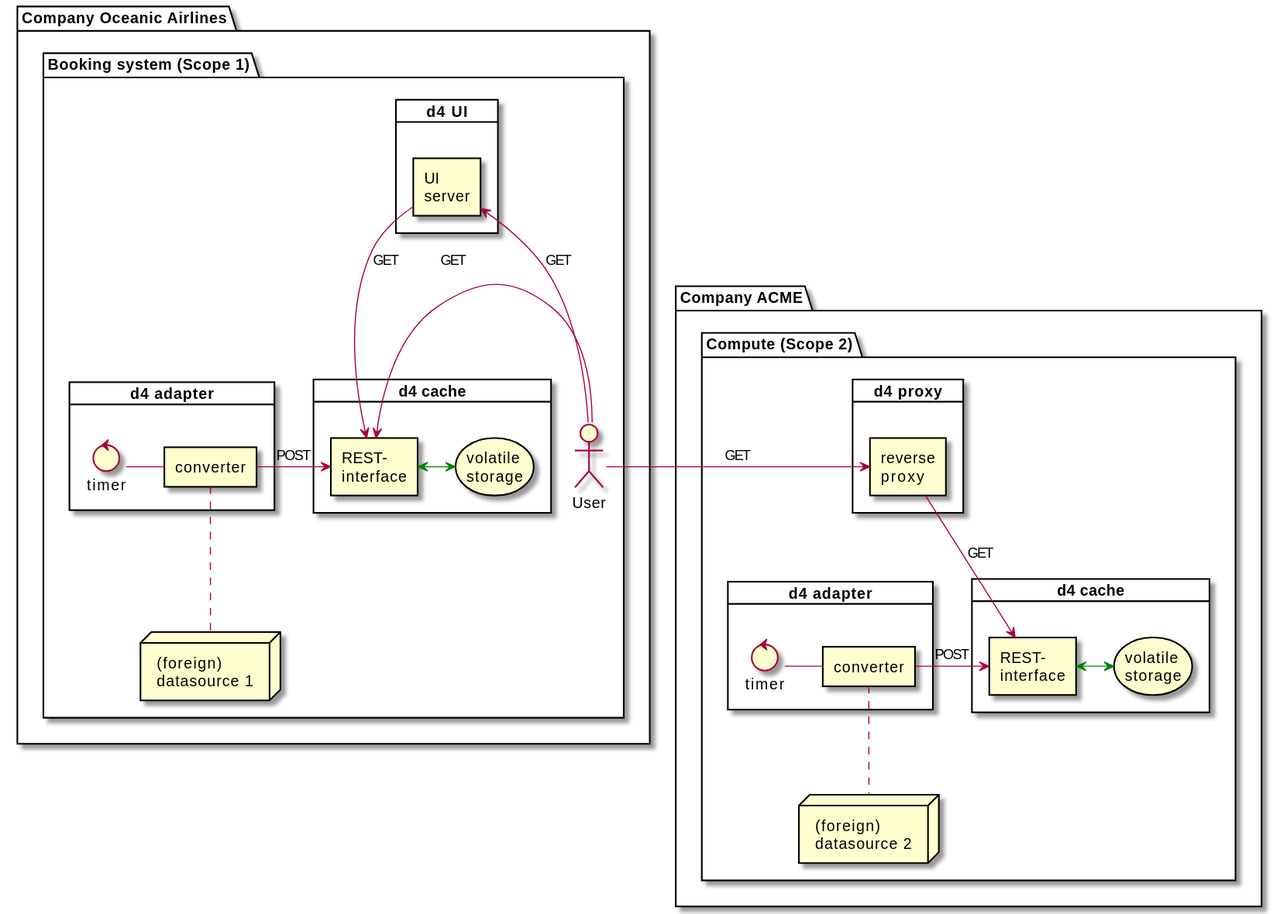
Earlier version of the PlantUML export docs/deployment/plantuml/pictures/compay_acme_oceanic01.svg (smart-energy-di/d4). Its diagram source:
```plantuml
@startuml
!include include/d4_inc_scope.puml


package co as "Company Oceanic Airlines" {
    $d4scope(co, scp1, "Booking system (Scope 1)", $show_ds1=true, $show_ds2=false, $show_ds3=false, $show_rproxy=false, $show_cache=true, $show_ui=true, $show_ui_user=true, $show_adpt=true)
}

package ca as "Company ACME" {
    $d4scope(ca, scp2, "Compute (Scope 2)", $show_ds1=false, $show_ds2=true, $show_ds3=false, $show_rproxy=true, $show_cache=true, $show_ui=false, $show_ui_user=false, $show_adpt=true)

}

co_scp1_d4_actor_ui -> ca_scp2_d4_prxy_conv : GET
@enduml
```
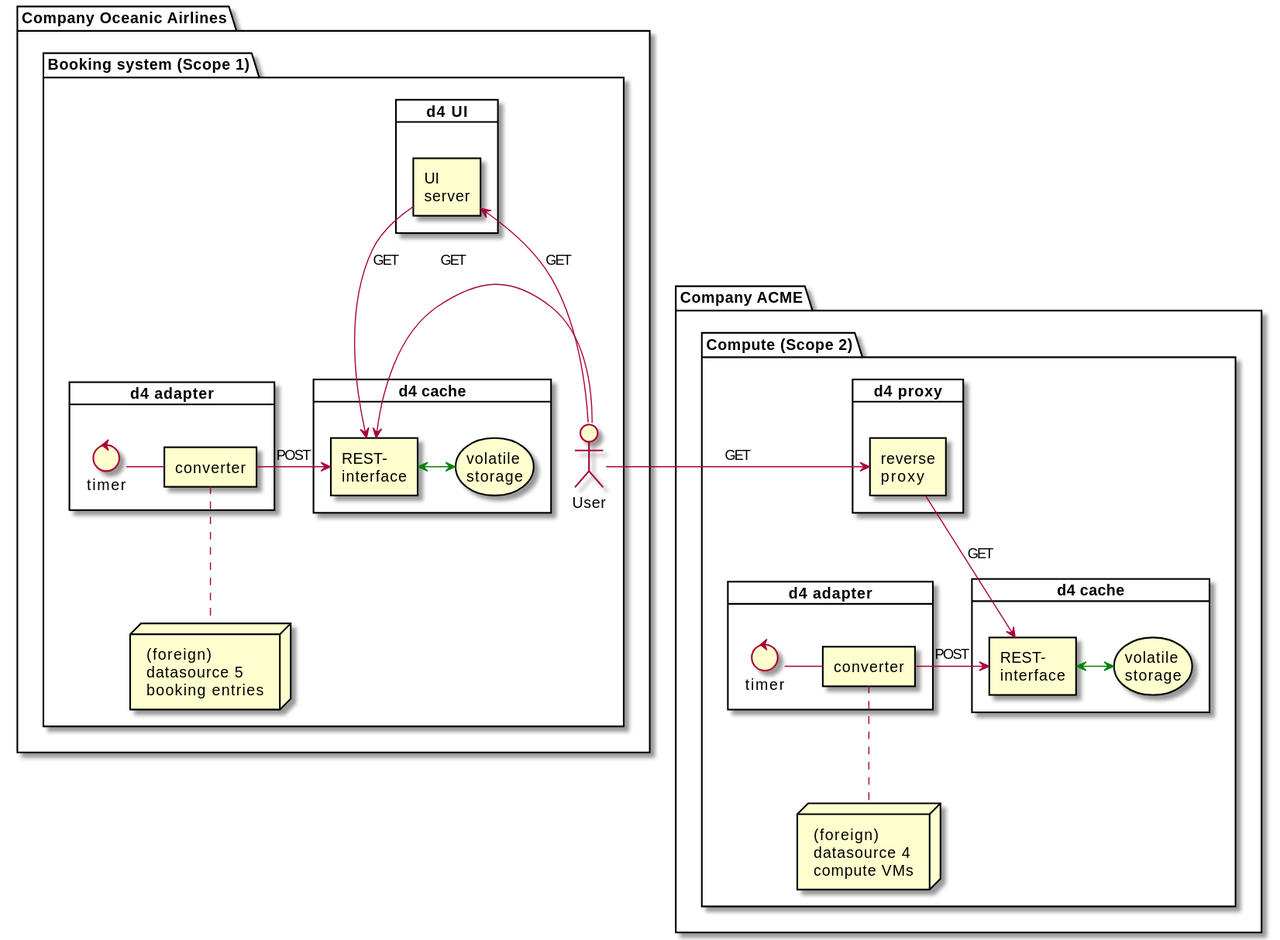
After the commit.

Change to the diagram source:
```diff
@@ -3,11 +3,11 @@
 
 
 package co as "Company Oceanic Airlines" {
-    $d4scope(co, scp1, "Booking system (Scope 1)", $show_ds1=true, $show_ds2=false, $show_ds3=false, $show_rproxy=false, $show_cache=true, $show_ui=true, $show_ui_user=true, $show_adpt=true)
+    $d4scope(co, scp1, "Booking system (Scope 1)", $show_ds5=true, $show_rproxy=false, $show_cache=true, $show_ui=true, $show_ui_user=true, $show_adpt=true)
 }
 
 package ca as "Company ACME" {
-    $d4scope(ca, scp2, "Compute (Scope 2)", $show_ds1=false, $show_ds2=true, $show_ds3=false, $show_rproxy=true, $show_cache=true, $show_ui=false, $show_ui_user=false, $show_adpt=true)
+    $d4scope(ca, scp2, "Compute (Scope 2)", $show_ds4=true, $show_rproxy=true, $show_cache=true, $show_ui=false, $show_ui_user=false, $show_adpt=true)
 
 }
 
```
